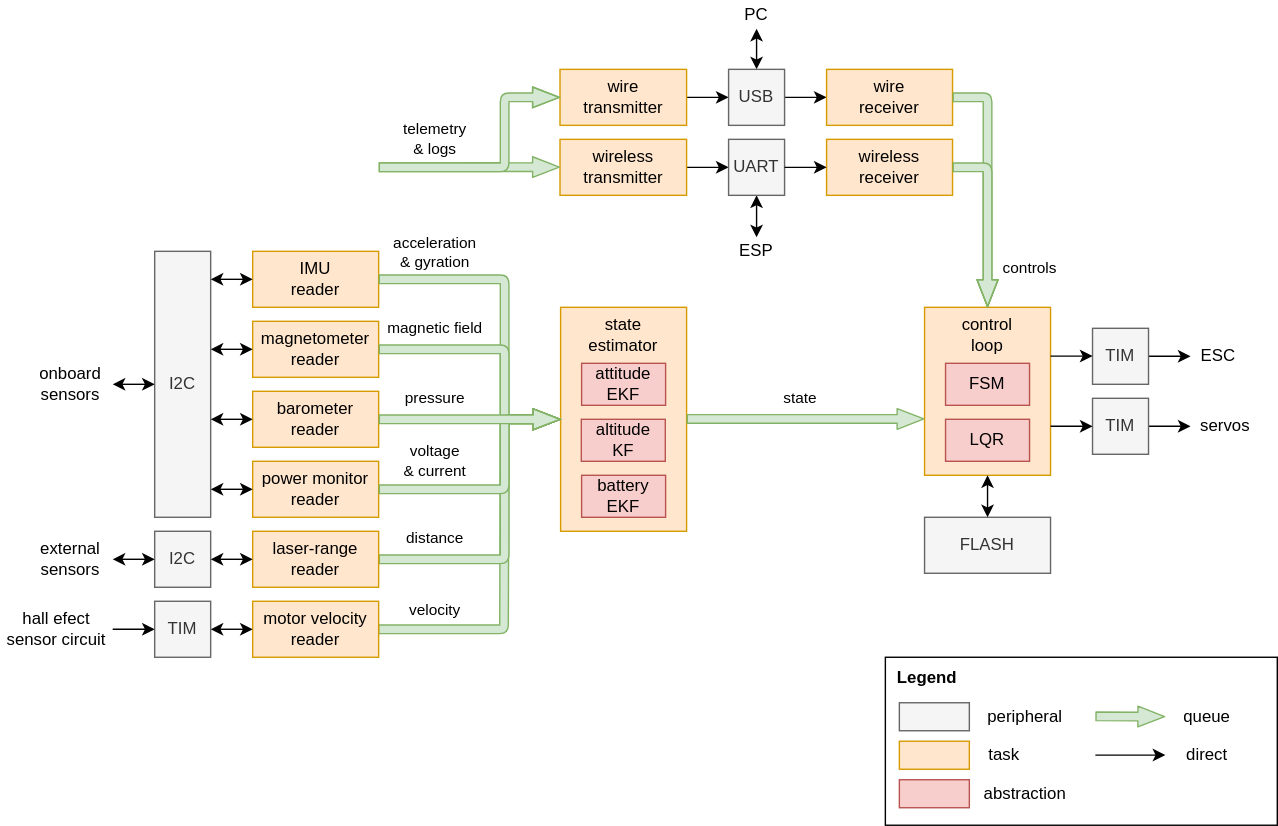
Eryk-Mozdzen/uav-tvc-goose keeps this draw.io diagram as docs/program_architecture.drawio.svg. Above is the earlier version. Source tidied: cells renumbered, new cells last; positions are measured from the earlier drawing's top-left corner, leaving out a move shared by most shapes.
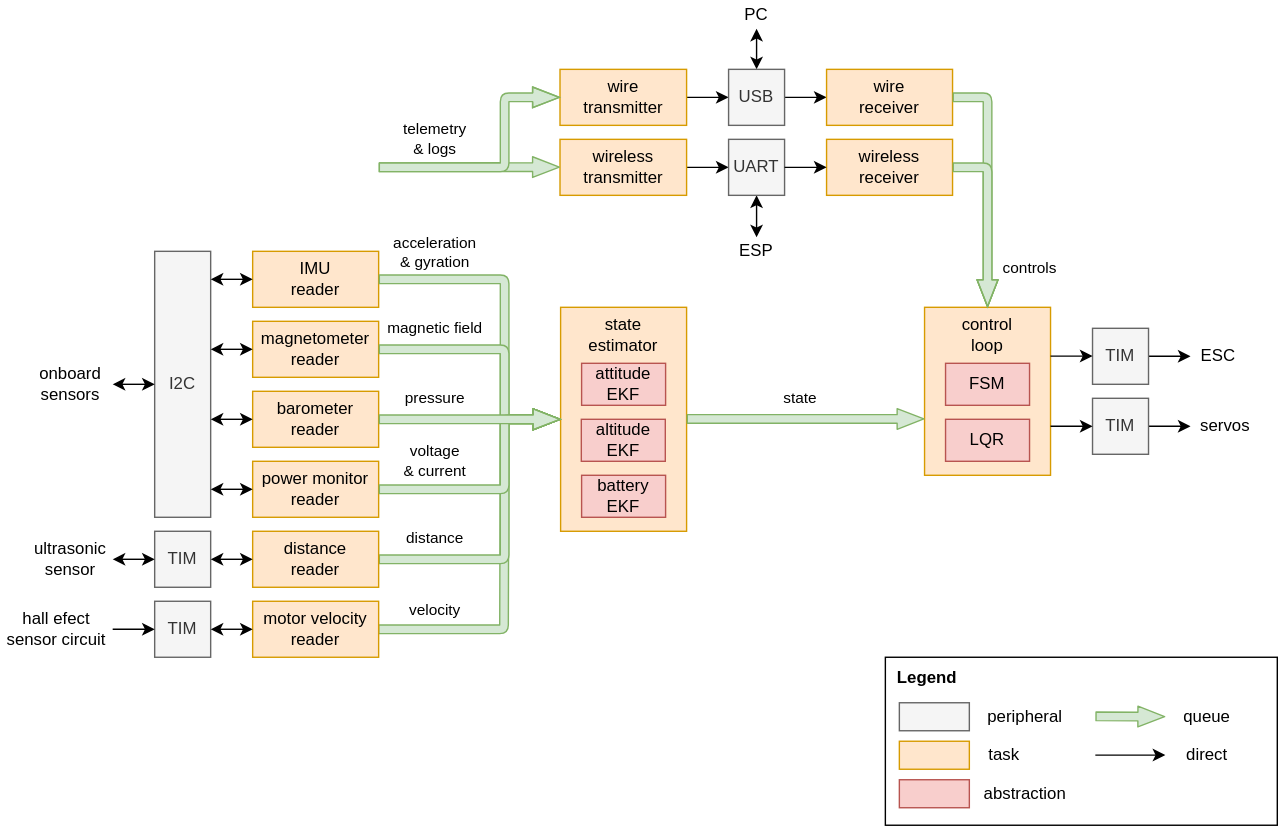
Later version of the same file.

Diff of the diagram source:
```diff
@@ -184,13 +184,13 @@
     <mxCell id="47" style="endArrow=classic;html=1;exitX=1;exitY=0.5;exitDx=0;exitDy=0;entryX=0;entryY=0.5;entryDx=0;entryDy=0;" parent="1" edge="1" source="53" target="57">
       <mxGeometry relative="1" as="geometry" />
     </mxCell>
-    <mxCell id="48" value="I2C" style="rounded=0;whiteSpace=wrap;html=1;fillColor=#f5f5f5;strokeColor=#666666;fontColor=#333333;" parent="1" vertex="1">
+    <mxCell id="48" value="TIM" style="rounded=0;whiteSpace=wrap;html=1;fillColor=#f5f5f5;strokeColor=#666666;fontColor=#333333;" parent="1" vertex="1">
       <mxGeometry x="110" y="379" width="40" height="40" as="geometry" />
     </mxCell>
     <mxCell id="49" value="power monitor&lt;br style=&quot;border-color: var(--border-color);&quot;&gt;reader" style="rounded=0;whiteSpace=wrap;html=1;fillColor=#ffe6cc;strokeColor=#d79b00;" parent="1" vertex="1">
       <mxGeometry x="180" y="329" width="90" height="40" as="geometry" />
     </mxCell>
-    <mxCell id="50" value="external&lt;br&gt;sensors" style="text;html=1;strokeColor=none;fillColor=none;align=center;verticalAlign=middle;whiteSpace=wrap;rounded=0;fontColor=#000000;" parent="1" vertex="1">
+    <mxCell id="50" value="ultrasonic&lt;br&gt;sensor" style="text;html=1;strokeColor=none;fillColor=none;align=center;verticalAlign=middle;whiteSpace=wrap;rounded=0;fontColor=#000000;" parent="1" vertex="1">
       <mxGeometry x="20" y="384" width="60" height="30" as="geometry" />
     </mxCell>
     <mxCell id="51" style="endArrow=classic;startArrow=classic;html=1;entryX=0;entryY=0.5;entryDx=0;entryDy=0;exitX=1;exitY=0.5;exitDx=0;exitDy=0;" parent="1" edge="1" source="50" target="48">
@@ -217,7 +217,7 @@
     <mxCell id="58" style="endArrow=classic;html=1;exitX=1;exitY=0.5;exitDx=0;exitDy=0;entryX=0;entryY=0.5;entryDx=0;entryDy=0;" parent="1" edge="1" source="57" target="54">
       <mxGeometry relative="1" as="geometry" />
     </mxCell>
-    <mxCell id="59" value="laser-range&lt;br style=&quot;border-color: var(--border-color);&quot;&gt;reader" style="rounded=0;whiteSpace=wrap;html=1;fillColor=#ffe6cc;strokeColor=#d79b00;" parent="1" vertex="1">
+    <mxCell id="59" value="distance&lt;br style=&quot;border-color: var(--border-color);&quot;&gt;reader" style="rounded=0;whiteSpace=wrap;html=1;fillColor=#ffe6cc;strokeColor=#d79b00;" parent="1" vertex="1">
       <mxGeometry x="180" y="379" width="90" height="40" as="geometry" />
     </mxCell>
     <mxCell id="60" style="shape=flexArrow;endArrow=classic;html=1;width=6.153846153846153;endSize=6.026923076923077;endWidth=7.633136094674557;fillColor=#d5e8d4;strokeColor=#82b366;" parent="1" edge="1">
@@ -231,7 +231,7 @@
         <mxPoint y="-19" as="offset" />
       </mxGeometry>
     </mxCell>
-    <mxCell id="62" value="altitude&lt;br&gt;KF" style="rounded=0;whiteSpace=wrap;html=1;fillColor=#f8cecc;strokeColor=#b85450;" parent="1" vertex="1">
+    <mxCell id="62" value="altitude&lt;br&gt;EKF" style="rounded=0;whiteSpace=wrap;html=1;fillColor=#f8cecc;strokeColor=#b85450;" parent="1" vertex="1">
       <mxGeometry x="414.8" y="299" width="60" height="30" as="geometry" />
     </mxCell>
     <mxCell id="63" value="battery&lt;br&gt;EKF" style="rounded=0;whiteSpace=wrap;html=1;fillColor=#f8cecc;strokeColor=#b85450;" parent="1" vertex="1">
@@ -280,12 +280,6 @@
         <mxPoint x="28" y="27" as="offset" />
       </mxGeometry>
     </mxCell>
-    <mxCell id="73" value="FLASH" style="rounded=0;whiteSpace=wrap;html=1;fillColor=#f5f5f5;strokeColor=#666666;fontColor=#333333;" parent="1" vertex="1">
-      <mxGeometry x="660" y="369" width="90" height="40" as="geometry" />
-    </mxCell>
-    <mxCell id="74" style="endArrow=classic;startArrow=classic;html=1;entryX=0.5;entryY=1;entryDx=0;entryDy=0;exitX=0.5;exitY=0;exitDx=0;exitDy=0;" parent="1" edge="1" source="73" target="24">
-      <mxGeometry relative="1" as="geometry" />
-    </mxCell>
     <mxCell id="75" style="endArrow=classic;startArrow=classic;html=1;entryX=0;entryY=0.5;entryDx=0;entryDy=0;exitX=1;exitY=0.5;exitDx=0;exitDy=0;" parent="1" edge="1">
       <mxGeometry relative="1" as="geometry">
         <mxPoint x="150" y="399" as="sourcePoint" />
```
